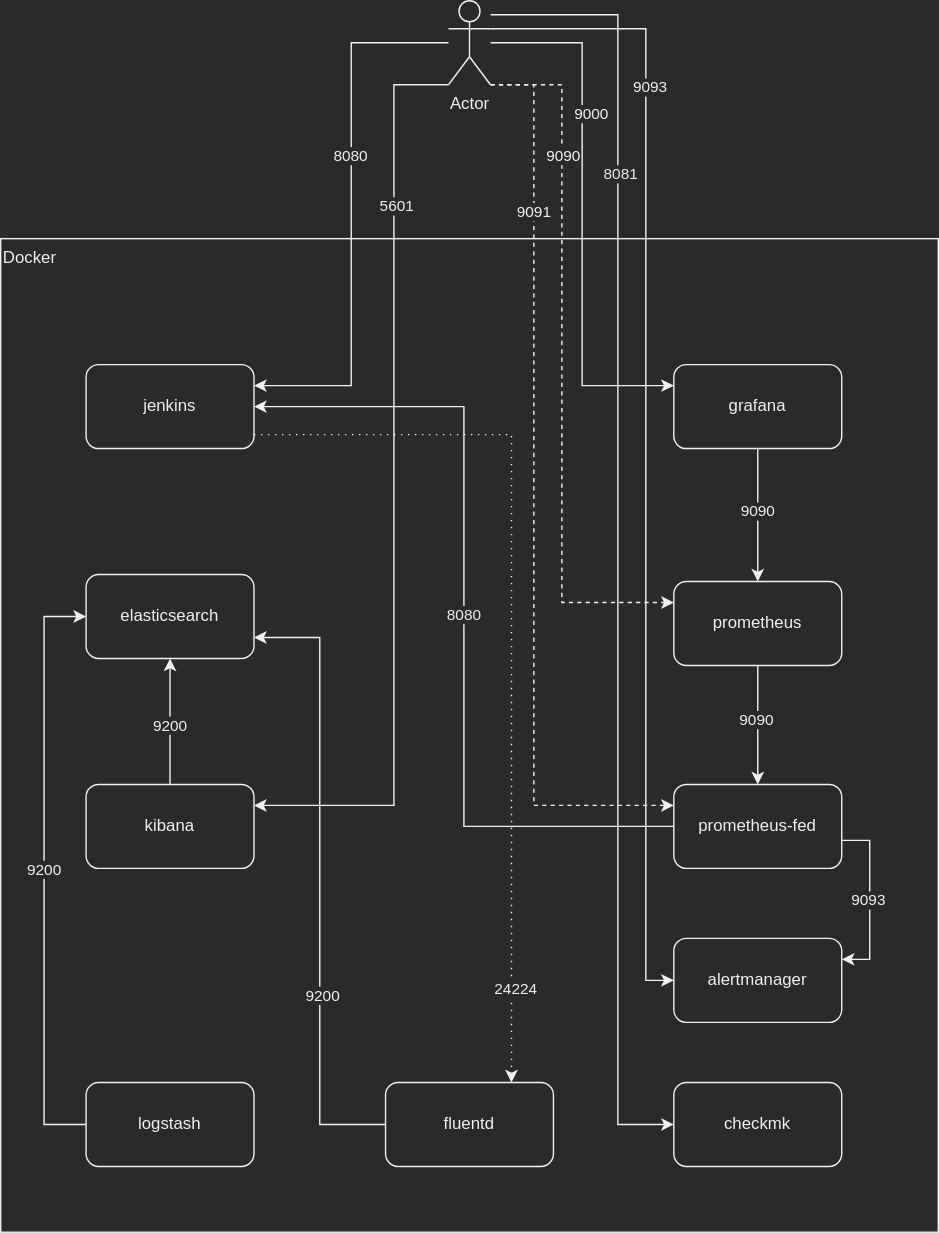
Earlier version of the draw.io export docs/images/diagram.drawio.svg (migueldiaznunez/grauss-docker-compose-bak). Source tidied: cells renumbered, new cells last; positions are measured from the earlier drawing's top-left corner, leaving out a move shared by most shapes. Its diagram source:
```xml
<mxGraphModel>
  <root>
    <mxCell id="0" />
    <mxCell id="1" parent="0" />
    <mxCell id="2" value="Docker" style="rounded=0;whiteSpace=wrap;html=1;verticalAlign=top;align=left;" parent="1" vertex="1">
      <mxGeometry y="170" width="670" height="710" as="geometry" />
    </mxCell>
    <mxCell id="3" style="edgeStyle=orthogonalEdgeStyle;rounded=0;jettySize=auto;html=1;entryX=0.75;entryY=0;entryDx=0;entryDy=0;dashed=1;dashPattern=1 4;" parent="1" edge="1" source="5" target="41">
      <mxGeometry relative="1" as="geometry">
        <Array as="points">
          <mxPoint x="365" y="310" />
        </Array>
      </mxGeometry>
    </mxCell>
    <mxCell id="4" value="24224" style="edgeLabel;html=1;align=center;verticalAlign=middle;" parent="3" vertex="1">
      <mxGeometry x="0.43" y="2" relative="1" as="geometry">
        <mxPoint y="116" as="offset" />
      </mxGeometry>
    </mxCell>
    <mxCell id="5" value="jenkins" style="rounded=1;whiteSpace=wrap;html=1;" parent="1" vertex="1">
      <mxGeometry x="61" y="260" width="120" height="60" as="geometry" />
    </mxCell>
    <mxCell id="6" style="edgeStyle=orthogonalEdgeStyle;rounded=0;jettySize=auto;html=1;entryX=1;entryY=0.25;entryDx=0;entryDy=0;" parent="1" edge="1" source="20" target="5">
      <mxGeometry relative="1" as="geometry" />
    </mxCell>
    <mxCell id="7" value="8080" style="edgeLabel;html=1;align=center;verticalAlign=middle;" parent="6" vertex="1">
      <mxGeometry x="0.32" y="-1" relative="1" as="geometry">
        <mxPoint y="-103" as="offset" />
      </mxGeometry>
    </mxCell>
    <mxCell id="8" style="edgeStyle=orthogonalEdgeStyle;rounded=0;jettySize=auto;html=1;entryX=0;entryY=0.25;entryDx=0;entryDy=0;" parent="1" edge="1" source="20" target="27">
      <mxGeometry relative="1" as="geometry" />
    </mxCell>
    <mxCell id="9" value="9000" style="edgeLabel;html=1;align=center;verticalAlign=middle;" parent="8" vertex="1">
      <mxGeometry x="-0.1" y="2" relative="1" as="geometry">
        <mxPoint x="4" y="-53" as="offset" />
      </mxGeometry>
    </mxCell>
    <mxCell id="10" style="edgeStyle=orthogonalEdgeStyle;rounded=0;jettySize=auto;html=1;entryX=1;entryY=0.25;entryDx=0;entryDy=0;exitX=0;exitY=1;exitDx=0;exitDy=0;exitPerimeter=0;" parent="1" edge="1" source="20" target="24">
      <mxGeometry relative="1" as="geometry">
        <Array as="points">
          <mxPoint x="281" y="60" />
          <mxPoint x="281" y="575" />
        </Array>
      </mxGeometry>
    </mxCell>
    <mxCell id="11" value="5601" style="edgeLabel;html=1;align=center;verticalAlign=middle;" parent="10" vertex="1">
      <mxGeometry x="-0.62" y="1" relative="1" as="geometry" />
    </mxCell>
    <mxCell id="12" style="edgeStyle=orthogonalEdgeStyle;rounded=0;jettySize=auto;html=1;entryX=0;entryY=0.25;entryDx=0;entryDy=0;dashed=1;" parent="1" edge="1" source="20" target="30">
      <mxGeometry relative="1" as="geometry">
        <Array as="points">
          <mxPoint x="401" y="60" />
          <mxPoint x="401" y="430" />
        </Array>
      </mxGeometry>
    </mxCell>
    <mxCell id="13" value="9090" style="edgeLabel;html=1;align=center;verticalAlign=middle;" parent="12" vertex="1">
      <mxGeometry x="0.38" y="3" relative="1" as="geometry">
        <mxPoint x="-3" y="-245" as="offset" />
      </mxGeometry>
    </mxCell>
    <mxCell id="14" style="edgeStyle=orthogonalEdgeStyle;rounded=0;jettySize=auto;html=1;entryX=0;entryY=0.25;entryDx=0;entryDy=0;dashed=1;exitX=1;exitY=1;exitDx=0;exitDy=0;exitPerimeter=0;" parent="1" edge="1" source="20" target="35">
      <mxGeometry relative="1" as="geometry">
        <Array as="points">
          <mxPoint x="381" y="60" />
          <mxPoint x="381" y="575" />
        </Array>
      </mxGeometry>
    </mxCell>
    <mxCell id="15" value="9091" style="edgeLabel;html=1;align=center;verticalAlign=middle;" parent="14" vertex="1">
      <mxGeometry x="0.51" y="-1" relative="1" as="geometry">
        <mxPoint y="-366" as="offset" />
      </mxGeometry>
    </mxCell>
    <mxCell id="16" style="edgeStyle=orthogonalEdgeStyle;rounded=0;jettySize=auto;html=1;entryX=0;entryY=0.5;entryDx=0;entryDy=0;" parent="1" edge="1" source="20" target="38">
      <mxGeometry relative="1" as="geometry">
        <Array as="points">
          <mxPoint x="441" y="10" />
          <mxPoint x="441" y="803" />
        </Array>
      </mxGeometry>
    </mxCell>
    <mxCell id="17" value="8081" style="edgeLabel;html=1;align=center;verticalAlign=middle;" parent="16" vertex="1">
      <mxGeometry x="-0.61" y="1" relative="1" as="geometry">
        <mxPoint y="22" as="offset" />
      </mxGeometry>
    </mxCell>
    <mxCell id="18" style="edgeStyle=orthogonalEdgeStyle;rounded=0;jettySize=auto;html=1;entryX=0;entryY=0.5;entryDx=0;entryDy=0;" parent="1" edge="1" source="20" target="42">
      <mxGeometry relative="1" as="geometry">
        <Array as="points">
          <mxPoint x="461" y="20" />
          <mxPoint x="461" y="700" />
        </Array>
      </mxGeometry>
    </mxCell>
    <mxCell id="19" value="9093" style="edgeLabel;html=1;align=center;verticalAlign=middle;" parent="18" vertex="1">
      <mxGeometry x="-0.63" y="2" relative="1" as="geometry" />
    </mxCell>
    <mxCell id="20" value="Actor" style="shape=umlActor;verticalLabelPosition=bottom;verticalAlign=top;html=1;outlineConnect=0;" parent="1" vertex="1">
      <mxGeometry x="320" width="30" height="60" as="geometry" />
    </mxCell>
    <mxCell id="21" value="elasticsearch" style="rounded=1;whiteSpace=wrap;html=1;" parent="1" vertex="1">
      <mxGeometry x="61" y="410" width="120" height="60" as="geometry" />
    </mxCell>
    <mxCell id="22" style="edgeStyle=orthogonalEdgeStyle;rounded=0;jettySize=auto;html=1;" parent="1" edge="1" source="24" target="21">
      <mxGeometry relative="1" as="geometry" />
    </mxCell>
    <mxCell id="23" value="9200" style="edgeLabel;html=1;align=center;verticalAlign=middle;" parent="22" vertex="1">
      <mxGeometry x="-0.04" y="1" relative="1" as="geometry" />
    </mxCell>
    <mxCell id="24" value="kibana" style="rounded=1;whiteSpace=wrap;html=1;" parent="1" vertex="1">
      <mxGeometry x="61" y="560" width="120" height="60" as="geometry" />
    </mxCell>
    <mxCell id="25" style="edgeStyle=orthogonalEdgeStyle;rounded=0;jettySize=auto;html=1;entryX=0.5;entryY=0;entryDx=0;entryDy=0;" parent="1" edge="1" source="27" target="30">
      <mxGeometry relative="1" as="geometry" />
    </mxCell>
    <mxCell id="26" value="9090" style="edgeLabel;html=1;align=center;verticalAlign=middle;" parent="25" vertex="1">
      <mxGeometry x="-0.07" y="-1" relative="1" as="geometry" />
    </mxCell>
    <mxCell id="27" value="grafana" style="rounded=1;whiteSpace=wrap;html=1;" parent="1" vertex="1">
      <mxGeometry x="481" y="260" width="120" height="60" as="geometry" />
    </mxCell>
    <mxCell id="28" style="edgeStyle=orthogonalEdgeStyle;rounded=0;jettySize=auto;html=1;" parent="1" edge="1" source="30" target="35">
      <mxGeometry relative="1" as="geometry" />
    </mxCell>
    <mxCell id="29" value="9090" style="edgeLabel;html=1;align=center;verticalAlign=middle;" parent="28" vertex="1">
      <mxGeometry x="-0.11" y="-2" relative="1" as="geometry" />
    </mxCell>
    <mxCell id="30" value="prometheus" style="rounded=1;whiteSpace=wrap;html=1;" parent="1" vertex="1">
      <mxGeometry x="481" y="415" width="120" height="60" as="geometry" />
    </mxCell>
    <mxCell id="31" style="edgeStyle=orthogonalEdgeStyle;rounded=0;jettySize=auto;html=1;entryX=1;entryY=0.5;entryDx=0;entryDy=0;" parent="1" edge="1" source="35" target="5">
      <mxGeometry relative="1" as="geometry" />
    </mxCell>
    <mxCell id="32" value="8080" style="edgeLabel;html=1;align=center;verticalAlign=middle;" parent="31" vertex="1">
      <mxGeometry x="0.01" y="1" relative="1" as="geometry" />
    </mxCell>
    <mxCell id="33" style="edgeStyle=orthogonalEdgeStyle;rounded=0;jettySize=auto;html=1;entryX=1;entryY=0.25;entryDx=0;entryDy=0;" parent="1" edge="1" source="35" target="42">
      <mxGeometry relative="1" as="geometry">
        <Array as="points">
          <mxPoint x="621" y="600" />
          <mxPoint x="621" y="685" />
        </Array>
      </mxGeometry>
    </mxCell>
    <mxCell id="34" value="9093" style="edgeLabel;html=1;align=center;verticalAlign=middle;" parent="33" vertex="1">
      <mxGeometry x="-0.01" y="-2" relative="1" as="geometry" />
    </mxCell>
    <mxCell id="35" value="prometheus-fed" style="rounded=1;whiteSpace=wrap;html=1;" parent="1" vertex="1">
      <mxGeometry x="481" y="560" width="120" height="60" as="geometry" />
    </mxCell>
    <mxCell id="36" value="9200" style="edgeStyle=orthogonalEdgeStyle;rounded=0;jettySize=auto;html=1;entryX=0;entryY=0.5;entryDx=0;entryDy=0;exitX=0;exitY=0.5;exitDx=0;exitDy=0;" parent="1" edge="1" source="37" target="21">
      <mxGeometry relative="1" as="geometry">
        <Array as="points">
          <mxPoint x="31" y="803" />
          <mxPoint x="31" y="440" />
        </Array>
      </mxGeometry>
    </mxCell>
    <mxCell id="37" value="logstash" style="rounded=1;whiteSpace=wrap;html=1;" parent="1" vertex="1">
      <mxGeometry x="61" y="773" width="120" height="60" as="geometry" />
    </mxCell>
    <mxCell id="38" value="checkmk" style="rounded=1;whiteSpace=wrap;html=1;" parent="1" vertex="1">
      <mxGeometry x="481" y="773" width="120" height="60" as="geometry" />
    </mxCell>
    <mxCell id="39" style="edgeStyle=orthogonalEdgeStyle;rounded=0;jettySize=auto;html=1;entryX=1;entryY=0.75;entryDx=0;entryDy=0;" parent="1" edge="1" source="41" target="21">
      <mxGeometry relative="1" as="geometry" />
    </mxCell>
    <mxCell id="40" value="9200" style="edgeLabel;html=1;align=center;verticalAlign=middle;" parent="39" vertex="1">
      <mxGeometry x="-0.37" y="-1" relative="1" as="geometry" />
    </mxCell>
    <mxCell id="41" value="fluentd" style="rounded=1;whiteSpace=wrap;html=1;" parent="1" vertex="1">
      <mxGeometry x="275" y="773" width="120" height="60" as="geometry" />
    </mxCell>
    <mxCell id="42" value="alertmanager" style="rounded=1;whiteSpace=wrap;html=1;" parent="1" vertex="1">
      <mxGeometry x="481" y="670" width="120" height="60" as="geometry" />
    </mxCell>
  </root>
</mxGraphModel>
```
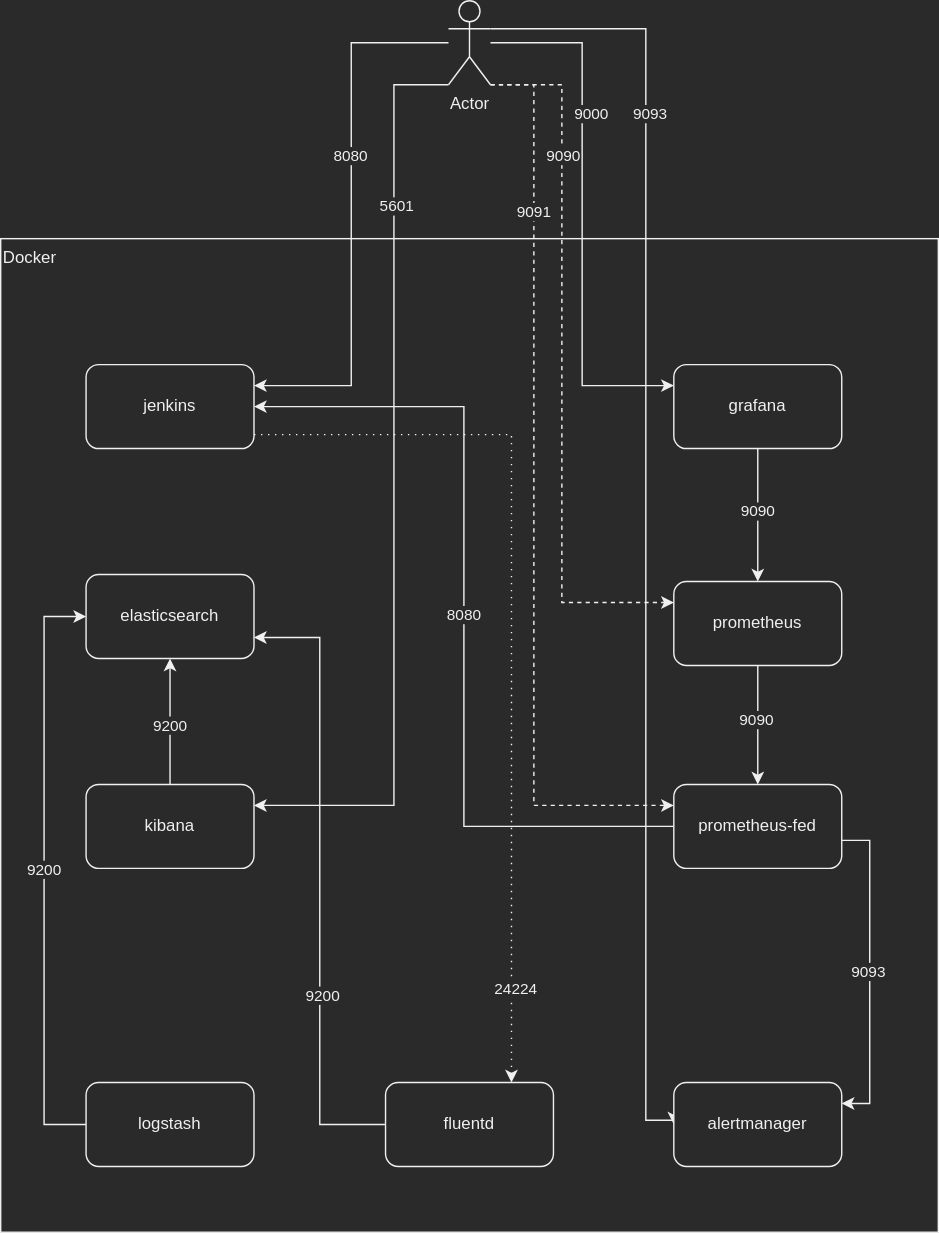
After the change.

Diff of the diagram source:
```diff
@@ -73,24 +73,12 @@
         <mxPoint y="-366" as="offset" />
       </mxGeometry>
     </mxCell>
-    <mxCell id="16" style="edgeStyle=orthogonalEdgeStyle;rounded=0;jettySize=auto;html=1;entryX=0;entryY=0.5;entryDx=0;entryDy=0;" parent="1" edge="1" source="20" target="38">
-      <mxGeometry relative="1" as="geometry">
-        <Array as="points">
-          <mxPoint x="441" y="10" />
-          <mxPoint x="441" y="803" />
-        </Array>
-      </mxGeometry>
-    </mxCell>
-    <mxCell id="17" value="8081" style="edgeLabel;html=1;align=center;verticalAlign=middle;" parent="16" vertex="1">
-      <mxGeometry x="-0.61" y="1" relative="1" as="geometry">
-        <mxPoint y="22" as="offset" />
-      </mxGeometry>
-    </mxCell>
     <mxCell id="18" style="edgeStyle=orthogonalEdgeStyle;rounded=0;jettySize=auto;html=1;entryX=0;entryY=0.5;entryDx=0;entryDy=0;" parent="1" edge="1" source="20" target="42">
       <mxGeometry relative="1" as="geometry">
         <Array as="points">
           <mxPoint x="461" y="20" />
-          <mxPoint x="461" y="700" />
+          <mxPoint x="461" y="800" />
+          <mxPoint x="481" y="800" />
         </Array>
       </mxGeometry>
     </mxCell>
@@ -140,7 +128,7 @@
       <mxGeometry relative="1" as="geometry">
         <Array as="points">
           <mxPoint x="621" y="600" />
-          <mxPoint x="621" y="685" />
+          <mxPoint x="621" y="788" />
         </Array>
       </mxGeometry>
     </mxCell>
@@ -161,9 +149,6 @@
     <mxCell id="37" value="logstash" style="rounded=1;whiteSpace=wrap;html=1;" parent="1" vertex="1">
       <mxGeometry x="61" y="773" width="120" height="60" as="geometry" />
     </mxCell>
-    <mxCell id="38" value="checkmk" style="rounded=1;whiteSpace=wrap;html=1;" parent="1" vertex="1">
-      <mxGeometry x="481" y="773" width="120" height="60" as="geometry" />
-    </mxCell>
     <mxCell id="39" style="edgeStyle=orthogonalEdgeStyle;rounded=0;jettySize=auto;html=1;entryX=1;entryY=0.75;entryDx=0;entryDy=0;" parent="1" edge="1" source="41" target="21">
       <mxGeometry relative="1" as="geometry" />
     </mxCell>
@@ -174,7 +159,7 @@
       <mxGeometry x="275" y="773" width="120" height="60" as="geometry" />
     </mxCell>
     <mxCell id="42" value="alertmanager" style="rounded=1;whiteSpace=wrap;html=1;" parent="1" vertex="1">
-      <mxGeometry x="481" y="670" width="120" height="60" as="geometry" />
+      <mxGeometry x="481" y="773" width="120" height="60" as="geometry" />
     </mxCell>
   </root>
 </mxGraphModel>
```
